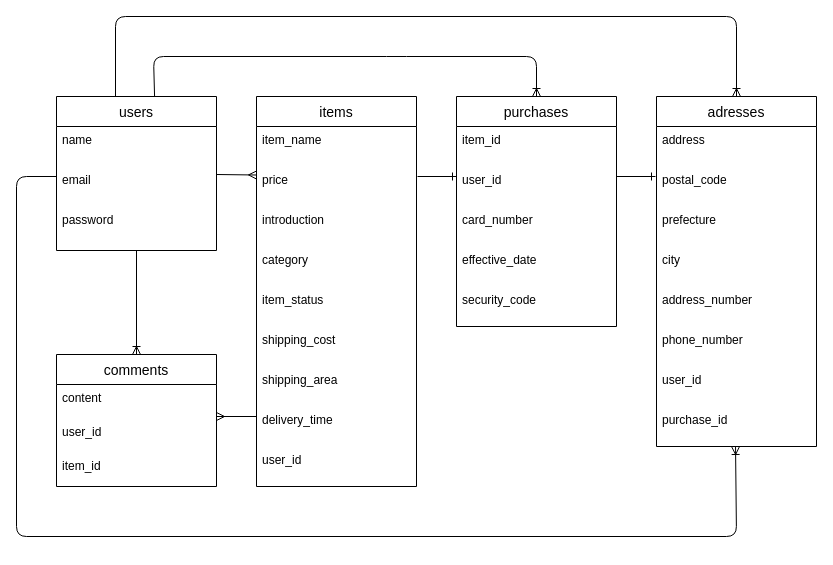
Above: ER_Map.dio in paqpac/furima-37273 (draw.io), before the change. Source tidied: cells renumbered, new cells numbered last; positions are measured from the earlier drawing's top-left corner, leaving out a move shared by most shapes. Both pictures are drawn from the tidied source at 100%, with x=0, y=0 at pixel (16, 16).
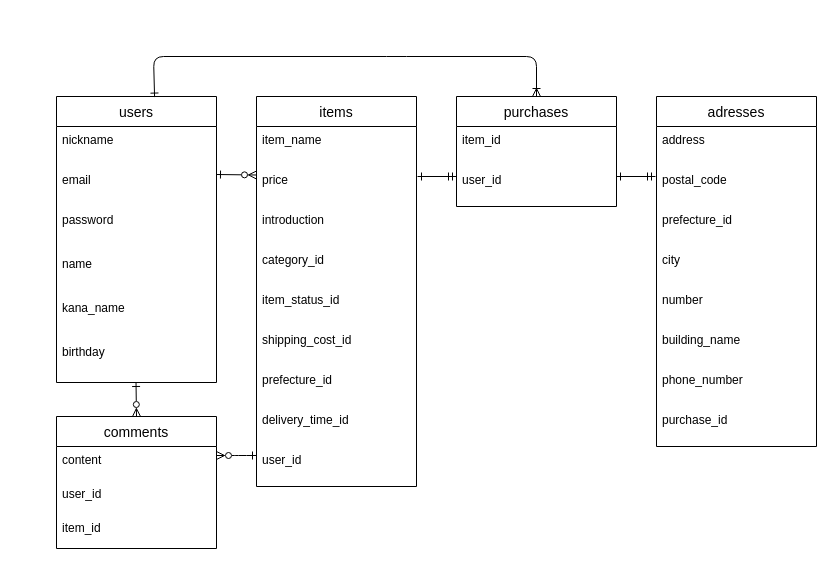
The same diagram, later.

Unchanged cells that the change refers to:
```xml
<mxCell id="4" value="email " style="text;strokeColor=none;fillColor=none;spacingLeft=4;spacingRight=4;overflow=hidden;points=[[0,0.5],[1,0.5]];portConstraint=eastwest;fontSize=12;" parent="2" vertex="1">
  <mxGeometry y="70" width="160" height="40" as="geometry" />
</mxCell>
<mxCell id="5" value="password" style="text;strokeColor=none;fillColor=none;spacingLeft=4;spacingRight=4;overflow=hidden;points=[[0,0.5],[1,0.5]];portConstraint=eastwest;fontSize=12;" parent="2" vertex="1">
  <mxGeometry y="110" width="160" height="44" as="geometry" />
</mxCell>
<mxCell id="6" value="items" style="swimlane;fontStyle=0;horizontal=1;startSize=30;align=center;fontSize=14;" parent="1" vertex="1">
  <mxGeometry x="240" y="80" width="160" height="390" as="geometry" />
</mxCell>
<mxCell id="29" value="adresses" style="swimlane;fontStyle=0;horizontal=1;startSize=30;align=center;fontSize=14;" parent="1" vertex="1">
  <mxGeometry x="640" y="80" width="160" height="350" as="geometry" />
</mxCell>
<mxCell id="37" value="purchase_id" style="text;strokeColor=none;fillColor=none;spacingLeft=4;spacingRight=4;overflow=hidden;points=[[0,0.5],[1,0.5]];portConstraint=eastwest;fontSize=12;" parent="29" vertex="1">
  <mxGeometry y="310" width="160" height="40" as="geometry" />
</mxCell>
```

Change to the diagram source:
```diff
@@
     <mxCell id="2" value="users" style="swimlane;fontStyle=0;horizontal=1;startSize=30;align=center;fontSize=14;" parent="1" vertex="1">
-      <mxGeometry x="40" y="80" width="160" height="154" as="geometry" />
+      <mxGeometry x="40" y="80" width="160" height="286" as="geometry" />
     </mxCell>
-    <mxCell id="3" value="name" style="text;strokeColor=none;fillColor=none;spacingLeft=4;spacingRight=4;overflow=hidden;fontSize=12;" parent="2" vertex="1">
+    <mxCell id="3" value="nickname" style="text;strokeColor=none;fillColor=none;spacingLeft=4;spacingRight=4;overflow=hidden;fontSize=12;" parent="2" vertex="1">
       <mxGeometry y="30" width="160" height="40" as="geometry" />
     </mxCell>
@@
+    <mxCell id="44" value="name" style="text;strokeColor=none;fillColor=none;spacingLeft=4;spacingRight=4;overflow=hidden;fontSize=12;" parent="2" vertex="1">
+      <mxGeometry y="154" width="160" height="44" as="geometry" />
+    </mxCell>
+    <mxCell id="45" value="kana_name" style="text;strokeColor=none;fillColor=none;spacingLeft=4;spacingRight=4;overflow=hidden;fontSize=12;" parent="2" vertex="1">
+      <mxGeometry y="198" width="160" height="44" as="geometry" />
+    </mxCell>
+    <mxCell id="46" value="birthday" style="text;strokeColor=none;fillColor=none;spacingLeft=4;spacingRight=4;overflow=hidden;points=[[0,0.5],[1,0.5]];portConstraint=eastwest;fontSize=12;" parent="2" vertex="1">
+      <mxGeometry y="242" width="160" height="44" as="geometry" />
+    </mxCell>
@@
-    <mxCell id="10" value="category" style="text;strokeColor=none;fillColor=none;spacingLeft=4;spacingRight=4;overflow=hidden;fontSize=12;" parent="6" vertex="1">
+    <mxCell id="10" value="category_id" style="text;strokeColor=none;fillColor=none;spacingLeft=4;spacingRight=4;overflow=hidden;fontSize=12;" parent="6" vertex="1">
       <mxGeometry y="150" width="160" height="40" as="geometry" />
     </mxCell>
-    <mxCell id="11" value="item_status" style="text;strokeColor=none;fillColor=none;spacingLeft=4;spacingRight=4;overflow=hidden;fontSize=12;" parent="6" vertex="1">
+    <mxCell id="11" value="item_status_id" style="text;strokeColor=none;fillColor=none;spacingLeft=4;spacingRight=4;overflow=hidden;fontSize=12;" parent="6" vertex="1">
       <mxGeometry y="190" width="160" height="40" as="geometry" />
     </mxCell>
-    <mxCell id="12" value="shipping_cost" style="text;strokeColor=none;fillColor=none;spacingLeft=4;spacingRight=4;overflow=hidden;fontSize=12;" parent="6" vertex="1">
+    <mxCell id="12" value="shipping_cost_id" style="text;strokeColor=none;fillColor=none;spacingLeft=4;spacingRight=4;overflow=hidden;fontSize=12;" parent="6" vertex="1">
       <mxGeometry y="230" width="160" height="40" as="geometry" />
     </mxCell>
-    <mxCell id="13" value="shipping_area" style="text;strokeColor=none;fillColor=none;spacingLeft=4;spacingRight=4;overflow=hidden;fontSize=12;" parent="6" vertex="1">
+    <mxCell id="13" value="prefecture_id" style="text;strokeColor=none;fillColor=none;spacingLeft=4;spacingRight=4;overflow=hidden;fontSize=12;" parent="6" vertex="1">
       <mxGeometry y="270" width="160" height="40" as="geometry" />
     </mxCell>
-    <mxCell id="14" value="delivery_time" style="text;strokeColor=none;fillColor=none;spacingLeft=4;spacingRight=4;overflow=hidden;fontSize=12;" parent="6" vertex="1">
+    <mxCell id="14" value="delivery_time_id" style="text;strokeColor=none;fillColor=none;spacingLeft=4;spacingRight=4;overflow=hidden;fontSize=12;" parent="6" vertex="1">
       <mxGeometry y="310" width="160" height="40" as="geometry" />
     </mxCell>
@@
     <mxCell id="16" value="purchases" style="swimlane;fontStyle=0;horizontal=1;startSize=30;align=center;fontSize=14;" parent="1" vertex="1">
-      <mxGeometry x="440" y="80" width="160" height="230" as="geometry" />
+      <mxGeometry x="440" y="80" width="160" height="110" as="geometry" />
     </mxCell>
@@
-    <mxCell id="19" value="card_number " style="text;strokeColor=none;fillColor=none;spacingLeft=4;spacingRight=4;overflow=hidden;fontSize=12;" parent="16" vertex="1">
-      <mxGeometry y="110" width="160" height="40" as="geometry" />
-    </mxCell>
-    <mxCell id="20" value="effective_date" style="text;strokeColor=none;fillColor=none;spacingLeft=4;spacingRight=4;overflow=hidden;fontSize=12;" parent="16" vertex="1">
-      <mxGeometry y="150" width="160" height="40" as="geometry" />
-    </mxCell>
-    <mxCell id="21" value="security_code" style="text;strokeColor=none;fillColor=none;spacingLeft=4;spacingRight=4;overflow=hidden;fontSize=12;" parent="16" vertex="1">
-      <mxGeometry y="190" width="160" height="40" as="geometry" />
-    </mxCell>
-    <mxCell id="22" style="fontSize=12;html=1;endArrow=ERmany;entryX=0;entryY=0.75;entryDx=0;entryDy=0;entryPerimeter=0;exitX=1;exitY=0.2;exitDx=0;exitDy=0;exitPerimeter=0;" parent="1" edge="1" source="4">
+    <mxCell id="22" style="fontSize=12;html=1;endArrow=ERzeroToMany;entryX=0;entryY=0.75;entryDx=0;entryDy=0;entryPerimeter=0;exitX=1;exitY=0.2;exitDx=0;exitDy=0;exitPerimeter=0;endFill=0;startArrow=ERone;startFill=0;" parent="1" edge="1" source="4">
       <mxGeometry relative="1" as="geometry">
         <mxPoint x="240" y="158.5" as="targetPoint" />
       </mxGeometry>
     </mxCell>
-    <mxCell id="23" value="comments" style="swimlane;fontStyle=0;horizontal=1;startSize=30;align=center;fontSize=14;" parent="1" vertex="1">
-      <mxGeometry x="40" y="338" width="160" height="132" as="geometry" />
-    </mxCell>
-    <mxCell id="24" value="content" style="text;strokeColor=none;fillColor=none;spacingLeft=4;spacingRight=4;overflow=hidden;fontSize=12;" parent="23" vertex="1">
-      <mxGeometry y="30" width="160" height="34" as="geometry" />
-    </mxCell>
-    <mxCell id="25" value="user_id" style="text;strokeColor=none;fillColor=none;spacingLeft=4;spacingRight=4;overflow=hidden;fontSize=12;" parent="23" vertex="1">
-      <mxGeometry y="64" width="160" height="34" as="geometry" />
-    </mxCell>
-    <mxCell id="26" value="item_id" style="text;strokeColor=none;fillColor=none;spacingLeft=4;spacingRight=4;overflow=hidden;fontSize=12;" parent="23" vertex="1">
-      <mxGeometry y="98" width="160" height="34" as="geometry" />
-    </mxCell>
-    <mxCell id="27" style="edgeStyle=entityRelationEdgeStyle;fontSize=12;html=1;endArrow=ERoneToMany;strokeColor=none;" parent="1" edge="1">
-      <mxGeometry relative="1" as="geometry">
-        <mxPoint x="210" y="520" as="sourcePoint" />
-        <mxPoint x="420" y="520" as="targetPoint" />
-      </mxGeometry>
-    </mxCell>
-    <mxCell id="28" style="edgeStyle=none;html=1;entryX=1;entryY=0.5;entryDx=0;entryDy=0;endArrow=ERmany;endFill=0;" parent="1" edge="1">
+    <mxCell id="28" style="edgeStyle=none;html=1;entryX=1;entryY=0.5;entryDx=0;entryDy=0;endArrow=ERzeroToMany;endFill=0;startArrow=ERone;startFill=0;" parent="1" edge="1">
       <mxGeometry relative="1" as="geometry">
-        <mxPoint x="240" y="400" as="sourcePoint" />
-        <mxPoint x="200" y="400" as="targetPoint" />
+        <mxPoint x="240" y="439" as="sourcePoint" />
+        <mxPoint x="200" y="439" as="targetPoint" />
+        <Array as="points">
+          <mxPoint x="220" y="439" />
+        </Array>
       </mxGeometry>
     </mxCell>
@@
-    <mxCell id="32" value="prefecture" style="text;strokeColor=none;fillColor=none;spacingLeft=4;spacingRight=4;overflow=hidden;fontSize=12;" parent="29" vertex="1">
+    <mxCell id="32" value="prefecture_id" style="text;strokeColor=none;fillColor=none;spacingLeft=4;spacingRight=4;overflow=hidden;fontSize=12;" parent="29" vertex="1">
       <mxGeometry y="110" width="160" height="40" as="geometry" />
     </mxCell>
@@
-    <mxCell id="34" value="address_number" style="text;strokeColor=none;fillColor=none;spacingLeft=4;spacingRight=4;overflow=hidden;fontSize=12;" parent="29" vertex="1">
+    <mxCell id="34" value="number" style="text;strokeColor=none;fillColor=none;spacingLeft=4;spacingRight=4;overflow=hidden;fontSize=12;" parent="29" vertex="1">
       <mxGeometry y="190" width="160" height="40" as="geometry" />
     </mxCell>
+    <mxCell id="47" value="building_name" style="text;strokeColor=none;fillColor=none;spacingLeft=4;spacingRight=4;overflow=hidden;fontSize=12;" parent="29" vertex="1">
+      <mxGeometry y="230" width="160" height="40" as="geometry" />
+    </mxCell>
     <mxCell id="35" value="phone_number" style="text;strokeColor=none;fillColor=none;spacingLeft=4;spacingRight=4;overflow=hidden;fontSize=12;" parent="29" vertex="1">
-      <mxGeometry y="230" width="160" height="40" as="geometry" />
+      <mxGeometry y="270" width="160" height="40" as="geometry" />
     </mxCell>
-    <mxCell id="36" value="user_id" style="text;strokeColor=none;fillColor=none;spacingLeft=4;spacingRight=4;overflow=hidden;fontSize=12;" parent="29" vertex="1">
-      <mxGeometry y="270" width="160" height="40" as="geometry" />
-    </mxCell>
@@
-    <mxCell id="38" style="fontSize=12;html=1;endArrow=ERoneToMany;startArrow=none;entryX=0.5;entryY=0;entryDx=0;entryDy=0;startFill=0;endFill=0;exitX=0.613;exitY=0.002;exitDx=0;exitDy=0;exitPerimeter=0;" parent="1" edge="1" source="2">
+    <mxCell id="38" style="fontSize=12;html=1;endArrow=ERoneToMany;startArrow=ERone;entryX=0.5;entryY=0;entryDx=0;entryDy=0;startFill=0;endFill=0;exitX=0.613;exitY=0.002;exitDx=0;exitDy=0;exitPerimeter=0;" parent="1" edge="1" source="2">
       <mxGeometry relative="1" as="geometry">
         <mxPoint x="520" y="80" as="targetPoint" />
         <Array as="points">
           <mxPoint x="137" y="40" />
           <mxPoint x="380" y="40" />
           <mxPoint x="520" y="40" />
         </Array>
       </mxGeometry>
     </mxCell>
-    <mxCell id="39" style="fontSize=12;html=1;endArrow=ERone;endFill=1;exitX=1.006;exitY=0.325;exitDx=0;exitDy=0;exitPerimeter=0;" parent="1" edge="1">
+    <mxCell id="39" style="fontSize=12;html=1;endArrow=ERmandOne;endFill=0;exitX=1.006;exitY=0.325;exitDx=0;exitDy=0;exitPerimeter=0;startArrow=ERone;startFill=0;" parent="1" edge="1">
       <mxGeometry relative="1" as="geometry">
         <mxPoint x="401" y="160" as="sourcePoint" />
         <mxPoint x="440" y="160" as="targetPoint" />
       </mxGeometry>
     </mxCell>
-    <mxCell id="40" style="fontSize=12;html=1;endArrow=ERone;endFill=1;entryX=-0.006;entryY=0.275;entryDx=0;entryDy=0;entryPerimeter=0;" parent="1" edge="1">
+    <mxCell id="40" style="fontSize=12;html=1;endArrow=ERmandOne;endFill=0;entryX=-0.006;entryY=0.275;entryDx=0;entryDy=0;entryPerimeter=0;startArrow=ERone;startFill=0;" parent="1" edge="1">
       <mxGeometry relative="1" as="geometry">
         <mxPoint x="600" y="160" as="sourcePoint" />
         <mxPoint x="639" y="160" as="targetPoint" />
       </mxGeometry>
     </mxCell>
-    <mxCell id="41" style="edgeStyle=orthogonalEdgeStyle;fontSize=12;html=1;endArrow=ERoneToMany;entryX=0.5;entryY=0;entryDx=0;entryDy=0;" parent="1" edge="1" target="29">
-      <mxGeometry relative="1" as="geometry">
-        <mxPoint x="99" y="80" as="sourcePoint" />
-        <Array as="points">
-          <mxPoint x="99" />
-          <mxPoint x="720" />
-        </Array>
-      </mxGeometry>
-    </mxCell>
-    <mxCell id="42" style="edgeStyle=orthogonalEdgeStyle;fontSize=12;html=1;endArrow=ERoneToMany;exitX=0;exitY=0.25;exitDx=0;exitDy=0;exitPerimeter=0;entryX=0.494;entryY=1;entryDx=0;entryDy=0;entryPerimeter=0;" parent="1" edge="1" source="4" target="37">
-      <mxGeometry relative="1" as="geometry">
-        <Array as="points">
-          <mxPoint y="160" />
-          <mxPoint y="520" />
-          <mxPoint x="720" y="520" />
-        </Array>
-      </mxGeometry>
-    </mxCell>
+    <mxCell id="23" value="comments" style="swimlane;fontStyle=0;horizontal=1;startSize=30;align=center;fontSize=14;" parent="1" vertex="1">
+      <mxGeometry x="40" y="400" width="160" height="132" as="geometry" />
+    </mxCell>
+    <mxCell id="24" value="content" style="text;strokeColor=none;fillColor=none;spacingLeft=4;spacingRight=4;overflow=hidden;fontSize=12;" parent="23" vertex="1">
+      <mxGeometry y="30" width="160" height="34" as="geometry" />
+    </mxCell>
+    <mxCell id="25" value="user_id" style="text;strokeColor=none;fillColor=none;spacingLeft=4;spacingRight=4;overflow=hidden;fontSize=12;" parent="23" vertex="1">
+      <mxGeometry y="64" width="160" height="34" as="geometry" />
+    </mxCell>
+    <mxCell id="26" value="item_id" style="text;strokeColor=none;fillColor=none;spacingLeft=4;spacingRight=4;overflow=hidden;fontSize=12;" parent="23" vertex="1">
+      <mxGeometry y="98" width="160" height="34" as="geometry" />
+    </mxCell>
-    <mxCell id="43" style="fontSize=12;html=1;endArrow=ERoneToMany;entryX=0.5;entryY=0;entryDx=0;entryDy=0;exitX=0.5;exitY=1;exitDx=0;exitDy=0;exitPerimeter=0;" parent="1" edge="1" source="5" target="23">
+    <mxCell id="43" style="fontSize=12;html=1;endArrow=ERzeroToMany;entryX=0.5;entryY=0;entryDx=0;entryDy=0;exitX=0.497;exitY=1;exitDx=0;exitDy=0;exitPerimeter=0;endFill=0;startArrow=ERone;startFill=0;" parent="1" edge="1" source="46" target="23">
       <mxGeometry relative="1" as="geometry" />
     </mxCell>
```
